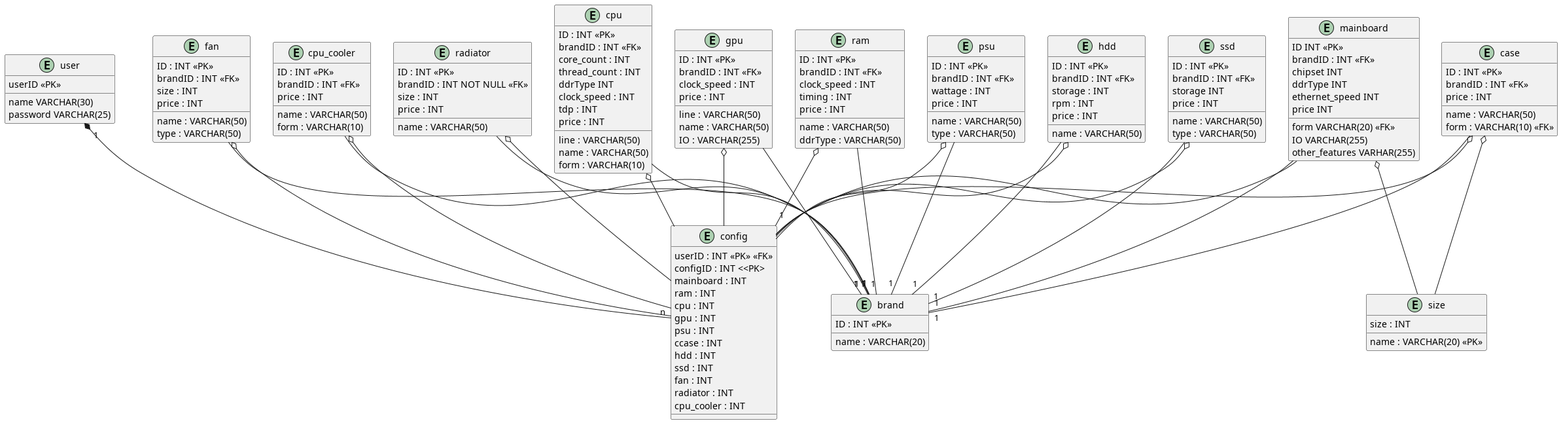
The PlantUML diagram database/ERM.png in osakaruhub/BuildAPC, before a commit. Its diagram source:
```plantuml
@startuml


entity "user" {
  userID <<PK>>
  name VARCHAR(30)
  password VARCHAR(25)
}

entity "config" {
  userID : INT <<PK>> <<FK>>
  configID : INT <<PK>
  mainboard : INT
  ram : INT
  cpu : INT
  gpu : INT
  psu : INT
  ccase : INT
  hdd : INT
  ssd : INT
  fan : INT
  radiator : INT
  cpu_cooler : INT
}

entity "brand" {
  ID : INT <<PK>>
  name : VARCHAR(20)
}

entity "mainboard" {
  ID INT <<PK>>
  brandID : INT <<FK>>
  chipset INT
  form VARCHAR(20) <<FK>>
  ddrType INT
  ethernet_speed INT
  IO VARCHAR(255)
  other_features VARHAR(255)
  price INT
}

entity "cpu" {
  ID : INT <<PK>>
  brandID : INT <<FK>>
  line : VARCHAR(50)
  name : VARCHAR(50)
  core_count : INT
  thread_count : INT
  ddrType INT
  clock_speed : INT
  form : VARCHAR(10)
  tdp : INT
  price : INT
}

entity "gpu" {
  ID : INT <<PK>>
  brandID : INT <<FK>>
  line : VARCHAR(50)
  name : VARCHAR(50)
  clock_speed : INT
  IO : VARCHAR(255)
  price : INT
}

entity "ram" {
  ID : INT <<PK>>
  brandID : INT <<FK>>
  name : VARCHAR(50)
  clock_speed : INT
  timing : INT
  ddrType : VARCHAR(50)
  price : INT
}

entity "psu" {
  ID : INT <<PK>>
  brandID : INT <<FK>>
  name : VARCHAR(50)
  wattage : INT
  type : VARCHAR(50)
  price : INT
}

entity "hdd" {
  ID : INT <<PK>>
  brandID : INT <<FK>>
  name : VARCHAR(50)
  storage : INT
  rpm : INT
  price : INT
}

entity "ssd" {
  ID : INT <<PK>>
  brandID : INT <<FK>>
  name : VARCHAR(50)
  storage INT
  type : VARCHAR(50)
  price : INT
}

entity "case" {
  ID : INT <<PK>>
  brandID : INT <<FK>>
  name : VARCHAR(50)
  form : VARCHAR(10) <<FK>>
  price : INT
}

entity "size" {
  name : VARCHAR(20) <<PK>>
  size : INT
}

entity "fan" {
  ID : INT <<PK>>
  brandID : INT <<FK>>
  name : VARCHAR(50)
  size : INT
  type : VARCHAR(50)
  price : INT
}

entity "cpu_cooler" {
  ID : INT <<PK>>
  brandID : INT <<FK>>
  name : VARCHAR(50)
  form : VARCHAR(10)
  price : INT
}

entity "radiator" {
  ID : INT <<PK>>
  brandID : INT NOT NULL <<FK>>
  name : VARCHAR(50)
  size : INT
  price : INT
}

mainboard -- "1" brand
cpu -- "1" brand
gpu -- "1" brand
ram -- "1" brand
psu -- "1" brand
hdd -- "1" brand
ssd -- "1" brand
case -- "1" brand
fan -- "1" brand
cpu_cooler -- "1" brand
radiator -- "1" brand
mainboard -- "1" config
cpu o-- config
gpu o-- config
ram o-- config
psu o-- config
hdd o-- config
ssd o-- config
case o-- config
fan o-- config
cpu_cooler o-- config
radiator o-- config
case o-- size
mainboard o-- size
user "1" *-- "n" config
@enduml
```
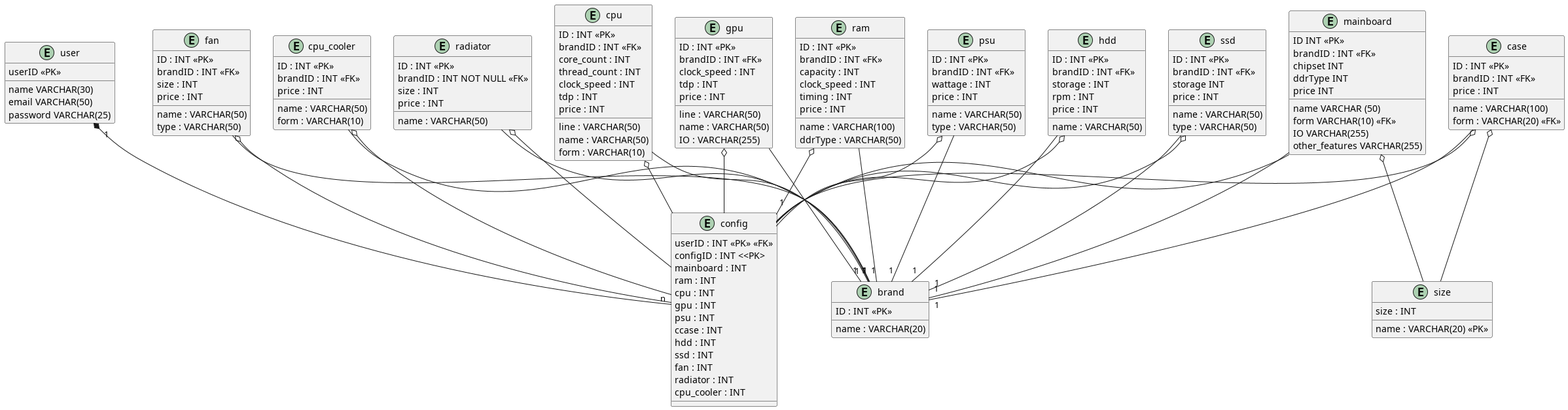
The same file after the commit.

Diff of the diagram source:
```diff
@@ -4,6 +4,7 @@
 entity "user" {
   userID <<PK>>
   name VARCHAR(30)
+  email VARCHAR(50)
   password VARCHAR(25)
 }
 
@@ -30,13 +31,13 @@
 
 entity "mainboard" {
   ID INT <<PK>>
+  name VARCHAR (50)
   brandID : INT <<FK>>
   chipset INT
-  form VARCHAR(20) <<FK>>
+  form VARCHAR(10) <<FK>>
   ddrType INT
-  ethernet_speed INT
   IO VARCHAR(255)
-  other_features VARHAR(255)
+  other_features VARCHAR(255)
   price INT
 }
 
@@ -47,7 +48,6 @@
   name : VARCHAR(50)
   core_count : INT
   thread_count : INT
-  ddrType INT
   clock_speed : INT
   form : VARCHAR(10)
   tdp : INT
@@ -61,13 +61,15 @@
   name : VARCHAR(50)
   clock_speed : INT
   IO : VARCHAR(255)
+  tdp : INT
   price : INT
 }
 
 entity "ram" {
   ID : INT <<PK>>
   brandID : INT <<FK>>
-  name : VARCHAR(50)
+  name : VARCHAR(100)
+  capacity : INT
   clock_speed : INT
   timing : INT
   ddrType : VARCHAR(50)
@@ -104,8 +106,8 @@
 entity "case" {
   ID : INT <<PK>>
   brandID : INT <<FK>>
-  name : VARCHAR(50)
-  form : VARCHAR(10) <<FK>>
+  name : VARCHAR(100)
+  form : VARCHAR(20) <<FK>>
   price : INT
 }
 
```
